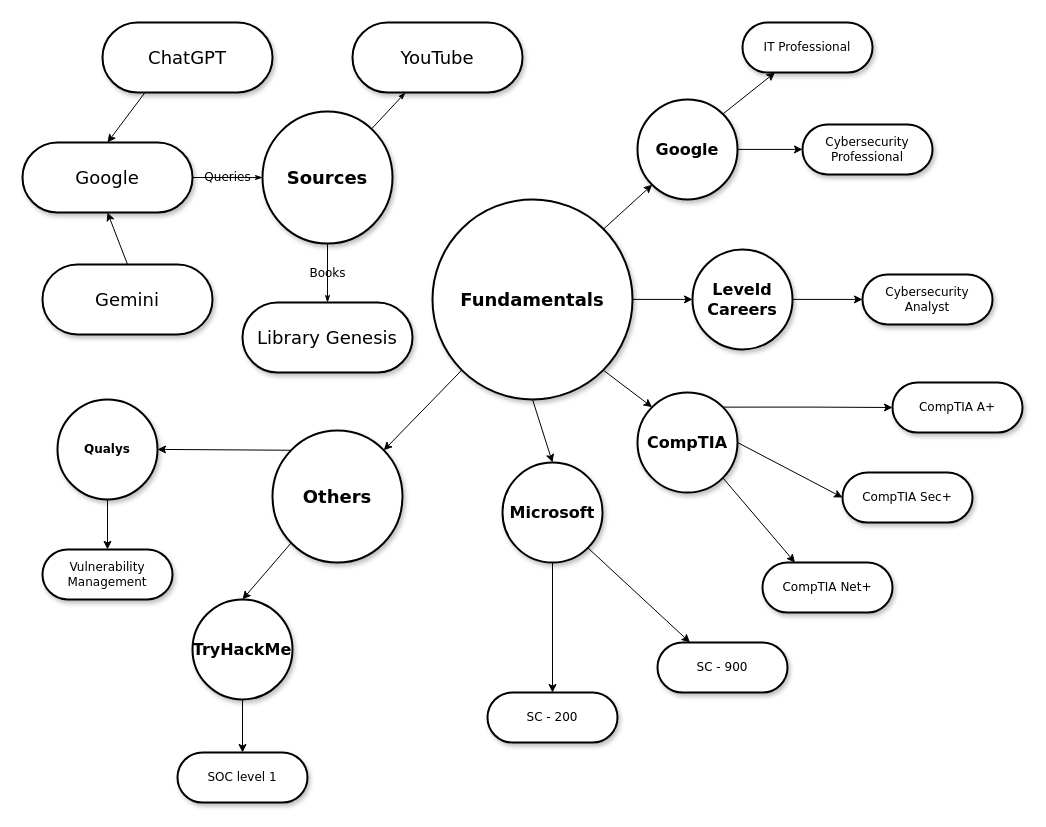
This is Untitled Diagram.drawio from Joshua01X/Personal-Roadmap, a draw.io file, before an edit. Source tidied: cells renumbered, new cells numbered last; positions are measured from the earlier drawing's top-left corner, leaving out a move shared by most shapes. Both pictures are drawn from the tidied source at 100%, with x=0, y=0 at pixel (22, 22).
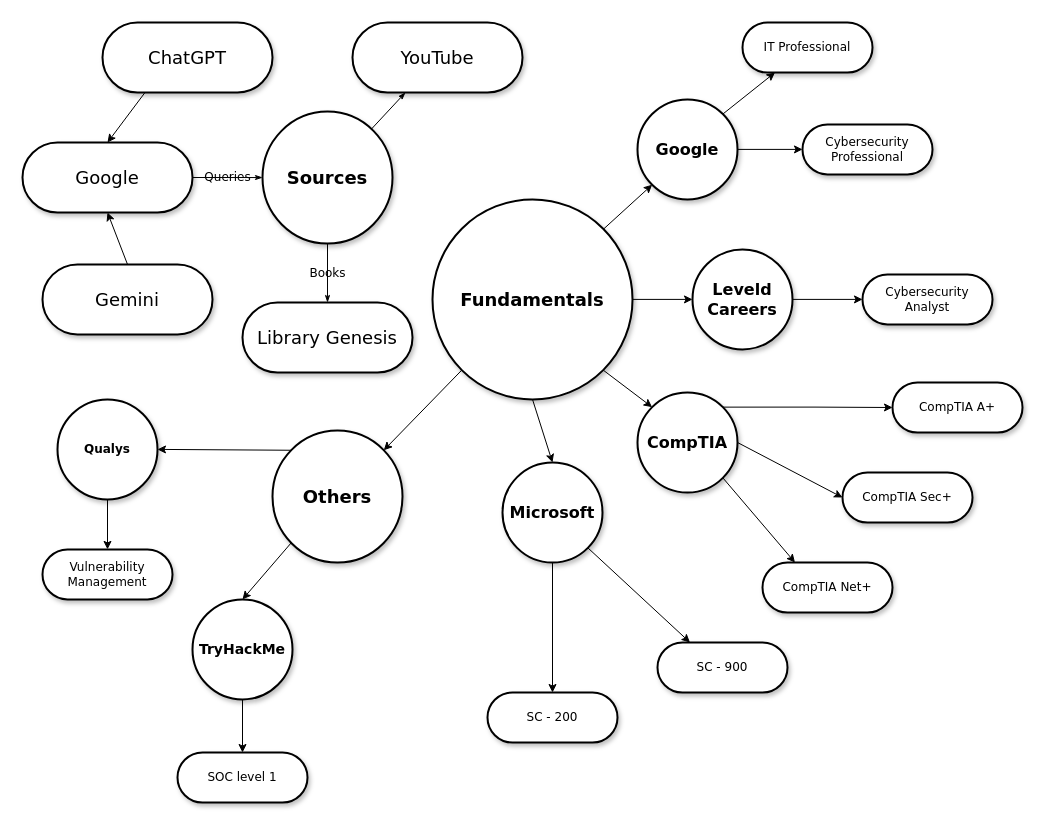
Above is the later version.

Commit message:
Personal Roadmap

Change to the diagram source:
```diff
@@
-    <mxCell id="41" value="&lt;span&gt;&lt;font style=&quot;font-size: 16px;&quot;&gt;TryHackMe&lt;/font&gt;&lt;/span&gt;" style="ellipse;whiteSpace=wrap;html=1;rounded=1;shadow=1;comic=0;labelBackgroundColor=none;strokeWidth=2;fontFamily=Verdana;fontSize=12;align=center;fontStyle=1;" parent="1" vertex="1">
+    <mxCell id="41" value="&lt;span&gt;&lt;font style=&quot;font-size: 14px;&quot;&gt;TryHackMe&lt;/font&gt;&lt;/span&gt;" style="ellipse;whiteSpace=wrap;html=1;rounded=1;shadow=1;comic=0;labelBackgroundColor=none;strokeWidth=2;fontFamily=Verdana;fontSize=12;align=center;fontStyle=1;" parent="1" vertex="1">
       <mxGeometry x="170" y="576.9" width="100" height="100" as="geometry" />
     </mxCell>
```
